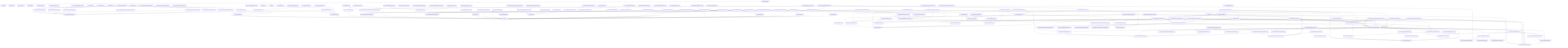
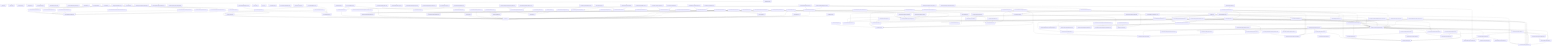
graph TD
  package__ankhorage_studio["@ankhorage/studio"]
  entrypoint_src_index_ts["src/index.ts"]
  package__ankhorage_studio --> entrypoint_src_index_ts
  module_knip_config_ts["knip.config.ts"]
  package__ankhorage_studio -.-> module_knip_config_ts
  module_paradox_config_ts["paradox.config.ts"]
  package__ankhorage_studio -.-> module_paradox_config_ts
  module_src_app_index_ts["src/app/index.ts"]
  package__ankhorage_studio -.-> module_src_app_index_ts
  module_src_app_StudioApp_tsx["src/app/StudioApp.tsx"]
  package__ankhorage_studio -.-> module_src_app_StudioApp_tsx
  module_src_app_StudioDashboard_tsx["src/app/StudioDashboard.tsx"]
  package__ankhorage_studio -.-> module_src_app_StudioDashboard_tsx
  module_src_app_StudioDashboard_tsx --> module_src_hooks_useProjects_ts
  module_src_app_StudioDashboard_tsx --> module_src_hooks_useTemplateSummaries_ts
  module_src_app_StudioDashboard_tsx --> module_src_modules_dashboard_platform_ts
  module_src_app_StudioDashboard_tsx --> module_src_modules_dashboard_search_ts
  module_src_app_StudioDashboard_tsx --> module_src_modules_dashboard_templates_ts
  module_src_app_StudioDashboard_tsx --> module_src_modules_dashboard_types_ts
  module_src_app_StudioDashboard_tsx --> module_src_modules_dashboard_ui_DashboardSectionHeader_tsx
  module_src_app_StudioDashboard_tsx --> module_src_modules_dashboard_ui_ProjectCard_tsx
  module_src_app_StudioDashboard_tsx --> module_src_modules_dashboard_ui_TemplateCard_tsx
  module_src_authFlowContract_test_ts["src/authFlowContract.test.ts"]
  package__ankhorage_studio -.-> module_src_authFlowContract_test_ts
  module_src_authSettings_test_ts["src/authSettings.test.ts"]
  package__ankhorage_studio -.-> module_src_authSettings_test_ts
  module_src_authSettings_test_ts --> module_src_authSettings_ts
  module_src_authSettings_ts["src/authSettings.ts"]
  package__ankhorage_studio -.-> module_src_authSettings_ts
  module_src_canvasDragModel_public_test_ts["src/canvasDragModel.public.test.ts"]
  package__ankhorage_studio -.-> module_src_canvasDragModel_public_test_ts
  module_src_canvasDragModel_public_test_ts --> module_src_canvasDragModel_ts
  module_src_canvasDragModel_public_test_ts --> module_src_canvasDropZones_ts
  module_src_canvasDragModel_test_ts["src/canvasDragModel.test.ts"]
  package__ankhorage_studio -.-> module_src_canvasDragModel_test_ts
  module_src_canvasDragModel_test_ts --> module_src_canvasDragModel_ts
  module_src_canvasDragModel_test_ts --> module_src_canvasDropZones_ts
  module_src_canvasDragModel_ts["src/canvasDragModel.ts"]
  package__ankhorage_studio -.-> module_src_canvasDragModel_ts
  module_src_canvasDragModel_ts --> module_src_canvasDropZones_ts
  module_src_canvasDragModel_ts --> module_src_index_ts
  module_src_canvasDropZones_test_ts["src/canvasDropZones.test.ts"]
  package__ankhorage_studio -.-> module_src_canvasDropZones_test_ts
  module_src_canvasDropZones_test_ts --> module_src_canvasDropZones_ts
  module_src_canvasDropZones_test_ts --> module_src_index_ts
  module_src_canvasDropZones_ts["src/canvasDropZones.ts"]
  package__ankhorage_studio -.-> module_src_canvasDropZones_ts
  module_src_canvasDropZones_ts --> module_src_index_ts
  module_src_cli_index_ts["src/cli/index.ts"]
  package__ankhorage_studio -.-> module_src_cli_index_ts
  module_src_cli_index_ts --> module_src_host_createStudioHost_ts
  module_src_cli_index_ts --> module_src_host_http_server_ts
  module_src_cli_index_ts --> module_src_host_templateRegistry_index_ts
  module_src_cli_index_ts --> module_src_host_utils_workspaceRoot_ts
  module_src_core_constants_ts["src/core/constants.ts"]
  package__ankhorage_studio -.-> module_src_core_constants_ts
  module_src_core_StudioContext_ts["src/core/StudioContext.ts"]
  package__ankhorage_studio -.-> module_src_core_StudioContext_ts
  module_src_core_StudioContext_ts --> module_src_index_ts
  module_src_core_studioPackageBoundary_ts["src/core/studioPackageBoundary.ts"]
  package__ankhorage_studio -.-> module_src_core_studioPackageBoundary_ts
  module_src_core_StudioProvider_ts["src/core/StudioProvider.ts"]
  package__ankhorage_studio -.-> module_src_core_StudioProvider_ts
  module_src_core_StudioProvider_ts --> module_src_core_StudioContext_ts
  module_src_core_StudioProvider_ts --> module_src_index_ts
  module_src_dnd_index_ts["src/dnd/index.ts"]
  package__ankhorage_studio -.-> module_src_dnd_index_ts
  module_src_dnd_primitives_ts["src/dnd/primitives.ts"]
  package__ankhorage_studio -.-> module_src_dnd_primitives_ts
  module_src_dnd_state_ts["src/dnd/state.ts"]
  package__ankhorage_studio -.-> module_src_dnd_state_ts
  module_src_hooks_useProjects_ts["src/hooks/useProjects.ts"]
  package__ankhorage_studio -.-> module_src_hooks_useProjects_ts
  module_src_hooks_useProjects_ts --> module_src_core_constants_ts
  module_src_hooks_useTemplateSummaries_ts["src/hooks/useTemplateSummaries.ts"]
  package__ankhorage_studio -.-> module_src_hooks_useTemplateSummaries_ts
  module_src_hooks_useTemplateSummaries_ts --> module_src_core_constants_ts
  module_src_hooks_useTemplateSummaries_ts --> module_src_modules_dashboard_types_ts
  module_src_host_auth_projectAuthHealthService_ts["src/host/auth/projectAuthHealthService.ts"]
  package__ankhorage_studio -.-> module_src_host_auth_projectAuthHealthService_ts
  module_src_host_auth_projectAuthHealthService_ts --> module_src_host_orchestrator_projectManager_ts
  module_src_host_auth_projectAuthHealthService_ts --> module_src_host_secrets_projectSecretService_ts
  module_src_host_auth_projectAuthHealthService_ts --> module_src_projectAuthHealth_ts
  module_src_host_auth_projectAuthService_test_ts["src/host/auth/projectAuthService.test.ts"]
  package__ankhorage_studio -.-> module_src_host_auth_projectAuthService_test_ts
  module_src_host_auth_projectAuthService_test_ts --> module_src_host_auth_projectAuthService_ts
  module_src_host_auth_projectAuthService_ts["src/host/auth/projectAuthService.ts"]
  package__ankhorage_studio -.-> module_src_host_auth_projectAuthService_ts
  module_src_host_auth_projectAuthService_ts --> module_src_authSettings_ts
  module_src_host_auth_projectAuthService_ts --> module_src_host_orchestrator_projectManager_ts
  module_src_host_createStudioHost_ts["src/host/createStudioHost.ts"]
  package__ankhorage_studio -.-> module_src_host_createStudioHost_ts
  module_src_host_createStudioHost_ts --> module_src_host_orchestrator_infraRuntime_ts
  module_src_host_createStudioHost_ts --> module_src_host_orchestrator_moduleManager_ts
  module_src_host_createStudioHost_ts --> module_src_host_orchestrator_projectManager_ts
  module_src_host_generatedAuthAdapterRuntime_smoke_test_ts["src/host/generatedAuthAdapterRuntime.smoke.test.ts"]
  package__ankhorage_studio -.-> module_src_host_generatedAuthAdapterRuntime_smoke_test_ts
  module_src_host_generatedAuthAdapterRuntime_smoke_test_ts --> module_src_host_orchestrator_moduleManager_ts
  module_src_host_generatedAuthAdapterRuntime_smoke_test_ts --> module_src_host_orchestrator_projectManager_ts
  module_src_host_generatedAuthAdapterRuntime_smoke_test_ts --> module_src_host_templateRegistry_index_ts
  module_src_host_hostLifecycle_smoke_test_ts["src/host/hostLifecycle.smoke.test.ts"]
  package__ankhorage_studio -.-> module_src_host_hostLifecycle_smoke_test_ts
  module_src_host_hostLifecycle_smoke_test_ts --> module_src_host_orchestrator_moduleManager_ts
  module_src_host_hostLifecycle_smoke_test_ts --> module_src_host_orchestrator_projectManager_ts
  module_src_host_hostLifecycle_smoke_test_ts --> module_src_host_templateRegistry_index_ts
  module_src_host_hostOwnership_test_ts["src/host/hostOwnership.test.ts"]
  package__ankhorage_studio -.-> module_src_host_hostOwnership_test_ts
  module_src_host_hostOwnership_test_ts --> module_src_host_http_security_ts
  module_src_host_hostOwnership_test_ts --> module_src_host_orchestrator_projectPaths_ts
  module_src_host_hostOwnership_test_ts --> module_src_host_utils_workspaceRoot_ts
  module_src_host_http_authRoutes_ts["src/host/http/authRoutes.ts"]
  package__ankhorage_studio -.-> module_src_host_http_authRoutes_ts
  module_src_host_http_authRoutes_ts --> module_src_host_auth_projectAuthHealthService_ts
  module_src_host_http_authRoutes_ts --> module_src_host_auth_projectAuthService_ts
  module_src_host_http_authRoutes_ts --> module_src_host_orchestrator_projectManager_ts
  module_src_host_http_authRoutes_ts --> module_src_host_secrets_projectSecretService_ts
  module_src_host_http_secretRoutes_ts["src/host/http/secretRoutes.ts"]
  package__ankhorage_studio -.-> module_src_host_http_secretRoutes_ts
  module_src_host_http_secretRoutes_ts --> module_src_host_orchestrator_projectManager_ts
  module_src_host_http_secretRoutes_ts --> module_src_host_secrets_projectSecretService_ts
  module_src_host_http_security_ts["src/host/http/security.ts"]
  package__ankhorage_studio -.-> module_src_host_http_security_ts
  module_src_host_http_server_ts["src/host/http/server.ts"]
  package__ankhorage_studio -.-> module_src_host_http_server_ts
  module_src_host_http_server_ts --> module_src_host_http_security_ts
  module_src_host_http_server_ts --> module_src_host_orchestrator_infraRuntime_ts
  module_src_host_http_server_ts --> module_src_host_orchestrator_moduleManager_ts
  module_src_host_http_server_ts --> module_src_host_orchestrator_projectManager_ts
  module_src_host_http_server_ts --> module_src_host_orchestrator_resolveMutations_ts
+   module_src_host_http_server_ts --> module_src_host_secrets_projectSecretService_ts
  module_src_host_http_server_ts --> module_src_host_templateRegistry_index_ts
  module_src_host_http_server_ts --> module_src_host_utils_trimOutput_ts
  module_src_host_http_server_ts --> module_src_host_utils_workspaceRoot_ts
  module_src_host_http_serverWithSecrets_ts["src/host/http/serverWithSecrets.ts"]
  package__ankhorage_studio -.-> module_src_host_http_serverWithSecrets_ts
  module_src_host_http_serverWithSecrets_ts --> module_src_host_http_authRoutes_ts
  module_src_host_http_serverWithSecrets_ts --> module_src_host_http_secretRoutes_ts
  module_src_host_http_serverWithSecrets_ts --> module_src_host_http_server_ts
  module_src_host_http_serverWithSecrets_ts --> module_src_host_orchestrator_moduleManager_ts
  module_src_host_http_serverWithSecrets_ts --> module_src_host_orchestrator_projectManager_ts
  module_src_host_http_serverWithSecrets_ts --> module_src_host_utils_workspaceRoot_ts
  module_src_host_http_standalone_ts["src/host/http/standalone.ts"]
  package__ankhorage_studio -.-> module_src_host_http_standalone_ts
  module_src_host_http_standalone_ts --> module_src_host_http_serverWithSecrets_ts
  module_src_host_index_ts["src/host/index.ts"]
  package__ankhorage_studio -.-> module_src_host_index_ts
  module_src_host_layout_auth_resolveAuthLayoutPlan_test_ts["src/host/layout/auth/resolveAuthLayoutPlan.test.ts"]
  package__ankhorage_studio -.-> module_src_host_layout_auth_resolveAuthLayoutPlan_test_ts
  module_src_host_layout_auth_resolveAuthLayoutPlan_test_ts --> module_src_host_layout_auth_resolveAuthLayoutPlan_ts
  module_src_host_layout_auth_resolveAuthLayoutPlan_ts["src/host/layout/auth/resolveAuthLayoutPlan.ts"]
  package__ankhorage_studio -.-> module_src_host_layout_auth_resolveAuthLayoutPlan_ts
  module_src_host_layout_layoutGenerator_test_ts["src/host/layout/layoutGenerator.test.ts"]
  package__ankhorage_studio -.-> module_src_host_layout_layoutGenerator_test_ts
  module_src_host_layout_layoutGenerator_test_ts --> module_src_host_layout_layoutGenerator_ts
  module_src_host_layout_layoutGenerator_ts["src/host/layout/layoutGenerator.ts"]
  package__ankhorage_studio -.-> module_src_host_layout_layoutGenerator_ts
  module_src_host_layout_layoutGenerator_ts --> module_src_host_layout_auth_resolveAuthLayoutPlan_ts
  module_src_host_layout_layoutGenerator_ts --> module_src_host_layout_templates_index_ts
  module_src_host_layout_layoutGenerator_ts --> module_src_host_modules_layout_ts
  module_src_host_layout_templates_auth_adapter_ts["src/host/layout/templates/auth/adapter.ts"]
  package__ankhorage_studio -.-> module_src_host_layout_templates_auth_adapter_ts
  module_src_host_layout_templates_auth_callback_ts["src/host/layout/templates/auth/callback.ts"]
  package__ankhorage_studio -.-> module_src_host_layout_templates_auth_callback_ts
  module_src_host_layout_templates_auth_callback_ts --> module_src_host_layout_templates_utils_routes_ts
  module_src_host_layout_templates_auth_callback_ts --> module_src_host_layout_utils_escapeStringLiteral_ts
  module_src_host_layout_templates_auth_oauth_ts["src/host/layout/templates/auth/oauth.ts"]
  package__ankhorage_studio -.-> module_src_host_layout_templates_auth_oauth_ts
  module_src_host_layout_templates_auth_oauth_ts --> module_src_host_layout_auth_resolveAuthLayoutPlan_ts
  module_src_host_layout_templates_auth_oauth_ts --> module_src_host_layout_utils_escapeStringLiteral_ts
  module_src_host_layout_templates_auth_screen_ts["src/host/layout/templates/auth/screen.ts"]
  package__ankhorage_studio -.-> module_src_host_layout_templates_auth_screen_ts
  module_src_host_layout_templates_auth_screen_ts --> module_src_host_layout_auth_resolveAuthLayoutPlan_ts
  module_src_host_layout_templates_auth_screen_ts --> module_src_host_layout_templates_utils_routes_ts
  module_src_host_layout_templates_auth_screen_ts --> module_src_host_layout_templates_utils_strings_ts
  module_src_host_layout_templates_auth_screen_ts --> module_src_host_layout_utils_escapeStringLiteral_ts
  module_src_host_layout_templates_auth_session_ts["src/host/layout/templates/auth/session.ts"]
  package__ankhorage_studio -.-> module_src_host_layout_templates_auth_session_ts
  module_src_host_layout_templates_auth_signOut_ts["src/host/layout/templates/auth/signOut.ts"]
  package__ankhorage_studio -.-> module_src_host_layout_templates_auth_signOut_ts
  module_src_host_layout_templates_index_ts["src/host/layout/templates/index.ts"]
  package__ankhorage_studio -.-> module_src_host_layout_templates_index_ts
  module_src_host_layout_templates_navigation_ts["src/host/layout/templates/navigation.ts"]
  package__ankhorage_studio -.-> module_src_host_layout_templates_navigation_ts
  module_src_host_layout_templates_navigation_ts --> module_src_host_layout_utils_escapeStringLiteral_ts
  module_src_host_layout_templates_nestedLayout_ts["src/host/layout/templates/nestedLayout.ts"]
  package__ankhorage_studio -.-> module_src_host_layout_templates_nestedLayout_ts
  module_src_host_layout_templates_nestedLayout_ts --> module_src_host_layout_templates_navigation_ts
  module_src_host_layout_templates_nestedLayout_ts --> module_src_host_layout_templates_utils_strings_ts
  module_src_host_layout_templates_redirect_ts["src/host/layout/templates/redirect.ts"]
  package__ankhorage_studio -.-> module_src_host_layout_templates_redirect_ts
  module_src_host_layout_templates_redirect_ts --> module_src_host_layout_utils_escapeStringLiteral_ts
  module_src_host_layout_templates_rootLayout_test_ts["src/host/layout/templates/rootLayout.test.ts"]
  package__ankhorage_studio -.-> module_src_host_layout_templates_rootLayout_test_ts
  module_src_host_layout_templates_rootLayout_test_ts --> module_src_host_layout_templates_rootLayout_ts
  module_src_host_layout_templates_rootLayout_ts["src/host/layout/templates/rootLayout.ts"]
  package__ankhorage_studio -.-> module_src_host_layout_templates_rootLayout_ts
  module_src_host_layout_templates_rootLayout_ts --> module_src_host_layout_templates_navigation_ts
  module_src_host_layout_templates_rootLayout_ts --> module_src_host_layout_templates_utils_routes_ts
  module_src_host_layout_templates_rootLayout_ts --> module_src_host_layout_utils_escapeStringLiteral_ts
  module_src_host_layout_templates_rootLayout_ts --> module_src_host_modules_layout_ts
  module_src_host_layout_templates_screen_ts["src/host/layout/templates/screen.ts"]
  package__ankhorage_studio -.-> module_src_host_layout_templates_screen_ts
  module_src_host_layout_templates_screen_ts --> module_src_host_layout_templates_utils_strings_ts
  module_src_host_layout_templates_screen_ts --> module_src_host_layout_utils_escapeStringLiteral_ts
  module_src_host_layout_templates_utils_routes_ts["src/host/layout/templates/utils/routes.ts"]
  package__ankhorage_studio -.-> module_src_host_layout_templates_utils_routes_ts
  module_src_host_layout_templates_utils_strings_ts["src/host/layout/templates/utils/strings.ts"]
  package__ankhorage_studio -.-> module_src_host_layout_templates_utils_strings_ts
  module_src_host_layout_utils_escapeStringLiteral_ts["src/host/layout/utils/escapeStringLiteral.ts"]
  package__ankhorage_studio -.-> module_src_host_layout_utils_escapeStringLiteral_ts
  module_src_host_manifestSystem_auth_index_ts["src/host/manifestSystem/auth/index.ts"]
  package__ankhorage_studio -.-> module_src_host_manifestSystem_auth_index_ts
  module_src_host_manifestSystem_auth_shared_global_auth_system_tpl_ts["src/host/manifestSystem/auth/shared/global.auth.system.tpl.ts"]
  package__ankhorage_studio -.-> module_src_host_manifestSystem_auth_shared_global_auth_system_tpl_ts
  module_src_host_manifestSystem_auth_shared_index_ts["src/host/manifestSystem/auth/shared/index.ts"]
  package__ankhorage_studio -.-> module_src_host_manifestSystem_auth_shared_index_ts
  module_src_host_manifestSystem_auth_shared_index_ts --> module_src_host_manifestSystem_auth_shared_global_auth_system_tpl_ts
  module_src_host_manifestSystem_auth_shared_index_ts --> module_src_host_manifestSystem_types_ts
  module_src_host_manifestSystem_index_ts["src/host/manifestSystem/index.ts"]
  package__ankhorage_studio -.-> module_src_host_manifestSystem_index_ts
  module_src_host_manifestSystem_index_ts --> module_src_host_manifestSystem_auth_index_ts
  module_src_host_manifestSystem_index_ts --> module_src_host_manifestSystem_types_ts
  module_src_host_manifestSystem_index_ts --> module_src_host_utils_requirementsInference_ts
  module_src_host_manifestSystem_types_ts["src/host/manifestSystem/types.ts"]
  package__ankhorage_studio -.-> module_src_host_manifestSystem_types_ts
  module_src_host_modules_catalog_ts["src/host/modules/catalog.ts"]
  package__ankhorage_studio -.-> module_src_host_modules_catalog_ts
  module_src_host_modules_catalog_ts --> module_src_host_modules_layout_ts
  module_src_host_modules_layout_ts["src/host/modules/layout.ts"]
  package__ankhorage_studio -.-> module_src_host_modules_layout_ts
  module_src_host_modules_runtime_LocalFsTargetAdapter_ts["src/host/modules/runtime/LocalFsTargetAdapter.ts"]
  package__ankhorage_studio -.-> module_src_host_modules_runtime_LocalFsTargetAdapter_ts
  module_src_host_oauthFixtureConsumer_smoke_test_ts["src/host/oauthFixtureConsumer.smoke.test.ts"]
  package__ankhorage_studio -.-> module_src_host_oauthFixtureConsumer_smoke_test_ts
  module_src_host_oauthFixtureConsumer_smoke_test_ts --> module_src_host_orchestrator_moduleManager_ts
  module_src_host_oauthFixtureConsumer_smoke_test_ts --> module_src_host_orchestrator_projectManager_ts
  module_src_host_oauthFixtureConsumer_smoke_test_ts --> module_src_host_templateRegistry_index_ts
  module_src_host_orchestrator_generatedAppFiles_ts["src/host/orchestrator/generatedAppFiles.ts"]
  package__ankhorage_studio -.-> module_src_host_orchestrator_generatedAppFiles_ts
  module_src_host_orchestrator_generatedAppFiles_ts --> module_src_host_zoraExtensions_index_ts
  module_src_host_orchestrator_generatedRouteCleanup_ts["src/host/orchestrator/generatedRouteCleanup.ts"]
  package__ankhorage_studio -.-> module_src_host_orchestrator_generatedRouteCleanup_ts
  module_src_host_orchestrator_infraGenerator_ts["src/host/orchestrator/infraGenerator.ts"]
  package__ankhorage_studio -.-> module_src_host_orchestrator_infraGenerator_ts
  module_src_host_orchestrator_infraGenerator_ts --> module_src_host_orchestrator_infraValidation_ts
  module_src_host_orchestrator_infraRuntime_test_ts["src/host/orchestrator/infraRuntime.test.ts"]
  package__ankhorage_studio -.-> module_src_host_orchestrator_infraRuntime_test_ts
  module_src_host_orchestrator_infraRuntime_test_ts --> module_src_host_orchestrator_infraRuntime_ts
  module_src_host_orchestrator_infraRuntime_ts["src/host/orchestrator/infraRuntime.ts"]
  package__ankhorage_studio -.-> module_src_host_orchestrator_infraRuntime_ts
  module_src_host_orchestrator_infraRuntime_ts --> module_src_host_orchestrator_projectPaths_ts
  module_src_host_orchestrator_infraValidation_ts["src/host/orchestrator/infraValidation.ts"]
  package__ankhorage_studio -.-> module_src_host_orchestrator_infraValidation_ts
  module_src_host_orchestrator_moduleManager_ts["src/host/orchestrator/moduleManager.ts"]
  package__ankhorage_studio -.-> module_src_host_orchestrator_moduleManager_ts
  module_src_host_orchestrator_moduleManager_ts --> module_src_host_modules_catalog_ts
  module_src_host_orchestrator_moduleManager_ts --> module_src_host_modules_runtime_LocalFsTargetAdapter_ts
  module_src_host_orchestrator_moduleManager_ts --> module_src_host_orchestrator_projectManager_ts
  module_src_host_orchestrator_moduleManager_ts --> module_src_host_orchestrator_resolveMutations_ts
  module_src_host_orchestrator_projectDeletion_test_ts["src/host/orchestrator/projectDeletion.test.ts"]
  package__ankhorage_studio -.-> module_src_host_orchestrator_projectDeletion_test_ts
  module_src_host_orchestrator_projectDeletion_test_ts --> module_src_host_orchestrator_projectDeletion_ts
  module_src_host_orchestrator_projectDeletion_ts["src/host/orchestrator/projectDeletion.ts"]
  package__ankhorage_studio -.-> module_src_host_orchestrator_projectDeletion_ts
  module_src_host_orchestrator_projectManager_ts["src/host/orchestrator/projectManager.ts"]
  package__ankhorage_studio -.-> module_src_host_orchestrator_projectManager_ts
  module_src_host_orchestrator_projectManager_ts --> module_src_host_layout_layoutGenerator_ts
  module_src_host_orchestrator_projectManager_ts --> module_src_host_manifestSystem_index_ts
  module_src_host_orchestrator_projectManager_ts --> module_src_host_modules_layout_ts
  module_src_host_orchestrator_projectManager_ts --> module_src_host_orchestrator_generatedRouteCleanup_ts
  module_src_host_orchestrator_projectManager_ts --> module_src_host_orchestrator_infraGenerator_ts
  module_src_host_orchestrator_projectManager_ts --> module_src_host_orchestrator_infraRuntime_ts
  module_src_host_orchestrator_projectManager_ts --> module_src_host_orchestrator_projectDeletion_ts
  module_src_host_orchestrator_projectManager_ts --> module_src_host_orchestrator_projectPaths_ts
  module_src_host_orchestrator_projectManager_ts --> module_src_host_orchestrator_projectStore_ts
  module_src_host_orchestrator_projectManager_ts --> module_src_host_orchestrator_resolveMutations_ts
  module_src_host_orchestrator_projectManager_ts --> module_src_host_orchestrator_scaffolder_ts
  module_src_host_orchestrator_projectManager_ts --> module_src_host_orchestrator_templates_ts
  module_src_host_orchestrator_projectManager_ts --> module_src_host_orchestrator_workspaceRuntime_ts
  module_src_host_orchestrator_projectManager_ts --> module_src_host_templateRegistry_index_ts
  module_src_host_orchestrator_projectManager_ts --> module_src_host_zoraExtensions_index_ts
  module_src_host_orchestrator_projectPaths_ts["src/host/orchestrator/projectPaths.ts"]
  package__ankhorage_studio -.-> module_src_host_orchestrator_projectPaths_ts
  module_src_host_orchestrator_projectStore_ts["src/host/orchestrator/projectStore.ts"]
  package__ankhorage_studio -.-> module_src_host_orchestrator_projectStore_ts
  module_src_host_orchestrator_projectStore_ts --> module_src_host_orchestrator_projectPaths_ts
  module_src_host_orchestrator_resolveMutations_ts["src/host/orchestrator/resolveMutations.ts"]
  package__ankhorage_studio -.-> module_src_host_orchestrator_resolveMutations_ts
  module_src_host_orchestrator_resolveMutations_ts --> module_src_host_modules_catalog_ts
  module_src_host_orchestrator_resolveMutations_ts --> module_src_host_modules_layout_ts
  module_src_host_orchestrator_scaffolder_ts["src/host/orchestrator/scaffolder.ts"]
  package__ankhorage_studio -.-> module_src_host_orchestrator_scaffolder_ts
  module_src_host_orchestrator_scaffolder_ts --> module_src_host_manifestSystem_index_ts
  module_src_host_orchestrator_scaffolder_ts --> module_src_host_orchestrator_generatedAppFiles_ts
  module_src_host_orchestrator_scaffolder_ts --> module_src_host_orchestrator_templates_ts
  module_src_host_orchestrator_scaffolder_ts --> module_src_host_templateRegistry_index_ts
  module_src_host_orchestrator_scaffolder_ts --> module_src_host_zoraExtensions_index_ts
  module_src_host_orchestrator_templates_test_ts["src/host/orchestrator/templates.test.ts"]
  package__ankhorage_studio -.-> module_src_host_orchestrator_templates_test_ts
  module_src_host_orchestrator_templates_test_ts --> module_src_host_orchestrator_templates_ts
  module_src_host_orchestrator_templates_ts["src/host/orchestrator/templates.ts"]
  package__ankhorage_studio -.-> module_src_host_orchestrator_templates_ts
  module_src_host_orchestrator_workspaceRuntime_ts["src/host/orchestrator/workspaceRuntime.ts"]
  package__ankhorage_studio -.-> module_src_host_orchestrator_workspaceRuntime_ts
  module_src_host_secrets_bunSupabaseVaultClient_ts["src/host/secrets/bunSupabaseVaultClient.ts"]
  package__ankhorage_studio -.-> module_src_host_secrets_bunSupabaseVaultClient_ts
  module_src_host_secrets_projectSecretService_test_ts["src/host/secrets/projectSecretService.test.ts"]
  package__ankhorage_studio -.-> module_src_host_secrets_projectSecretService_test_ts
  module_src_host_secrets_projectSecretService_test_ts --> module_src_host_secrets_projectSecretService_ts
  module_src_host_secrets_projectSecretService_ts["src/host/secrets/projectSecretService.ts"]
  package__ankhorage_studio -.-> module_src_host_secrets_projectSecretService_ts
  module_src_host_secrets_projectSecretService_ts --> module_src_host_orchestrator_projectManager_ts
  module_src_host_secrets_projectSecretService_ts --> module_src_host_orchestrator_projectPaths_ts
  module_src_host_secrets_projectSecretService_ts --> module_src_host_secrets_bunSupabaseVaultClient_ts
  module_src_host_secrets_projectSecretService_ts --> module_src_host_secrets_resolveProjectSecretDatabaseUrl_ts
  module_src_host_secrets_projectSecretService_ts --> module_src_projectSecretUsage_ts
  module_src_host_secrets_resolveProjectSecretDatabaseUrl_test_ts["src/host/secrets/resolveProjectSecretDatabaseUrl.test.ts"]
  package__ankhorage_studio -.-> module_src_host_secrets_resolveProjectSecretDatabaseUrl_test_ts
  module_src_host_secrets_resolveProjectSecretDatabaseUrl_test_ts --> module_src_host_secrets_resolveProjectSecretDatabaseUrl_ts
  module_src_host_secrets_resolveProjectSecretDatabaseUrl_ts["src/host/secrets/resolveProjectSecretDatabaseUrl.ts"]
  package__ankhorage_studio -.-> module_src_host_secrets_resolveProjectSecretDatabaseUrl_ts
  module_src_host_templateRegistry_index_ts["src/host/templateRegistry/index.ts"]
  package__ankhorage_studio -.-> module_src_host_templateRegistry_index_ts
  module_src_host_utils_requirementsInference_ts["src/host/utils/requirementsInference.ts"]
  package__ankhorage_studio -.-> module_src_host_utils_requirementsInference_ts
  module_src_host_utils_trimOutput_ts["src/host/utils/trimOutput.ts"]
  package__ankhorage_studio -.-> module_src_host_utils_trimOutput_ts
  module_src_host_utils_workspaceRoot_ts["src/host/utils/workspaceRoot.ts"]
  package__ankhorage_studio -.-> module_src_host_utils_workspaceRoot_ts
  module_src_host_zoraExtensions_index_ts["src/host/zoraExtensions/index.ts"]
  package__ankhorage_studio -.-> module_src_host_zoraExtensions_index_ts
  module_src_host_zoraExtensions_index_ts --> module_src_host_templateRegistry_index_ts
  module_src_index_test_ts["src/index.test.ts"]
  package__ankhorage_studio -.-> module_src_index_test_ts
  module_src_index_test_ts --> module_src_index_ts
  module_src_index_ts["src/index.ts"]
  module_src_insertModalModel_public_test_ts["src/insertModalModel.public.test.ts"]
  package__ankhorage_studio -.-> module_src_insertModalModel_public_test_ts
  module_src_insertModalModel_public_test_ts --> module_src_index_ts
  module_src_insertModalModel_public_test_ts --> module_src_insertModalModel_ts
  module_src_insertModalModel_test_ts["src/insertModalModel.test.ts"]
  package__ankhorage_studio -.-> module_src_insertModalModel_test_ts
  module_src_insertModalModel_test_ts --> module_src_index_ts
  module_src_insertModalModel_test_ts --> module_src_insertModalModel_ts
  module_src_insertModalModel_ts["src/insertModalModel.ts"]
  package__ankhorage_studio -.-> module_src_insertModalModel_ts
  module_src_insertModalModel_ts --> module_src_index_ts
  module_src_localizationConfig_public_test_ts["src/localizationConfig.public.test.ts"]
  package__ankhorage_studio -.-> module_src_localizationConfig_public_test_ts
  module_src_localizationConfig_public_test_ts --> module_src_localizationConfig_ts
  module_src_localizationConfig_test_ts["src/localizationConfig.test.ts"]
  package__ankhorage_studio -.-> module_src_localizationConfig_test_ts
  module_src_localizationConfig_test_ts --> module_src_localizationConfig_ts
  module_src_localizationConfig_ts["src/localizationConfig.ts"]
  package__ankhorage_studio -.-> module_src_localizationConfig_ts
  module_src_localizationPanelModel_test_ts["src/localizationPanelModel.test.ts"]
  package__ankhorage_studio -.-> module_src_localizationPanelModel_test_ts
  module_src_localizationPanelModel_test_ts --> module_src_localizationPanelModel_ts
  module_src_localizationPanelModel_ts["src/localizationPanelModel.ts"]
  package__ankhorage_studio -.-> module_src_localizationPanelModel_ts
  module_src_manifestNavigatorPreviewModel_public_test_ts["src/manifestNavigatorPreviewModel.public.test.ts"]
  package__ankhorage_studio -.-> module_src_manifestNavigatorPreviewModel_public_test_ts
  module_src_manifestNavigatorPreviewModel_public_test_ts --> module_src_manifestNavigatorPreviewModel_ts
  module_src_manifestNavigatorPreviewModel_test_ts["src/manifestNavigatorPreviewModel.test.ts"]
  package__ankhorage_studio -.-> module_src_manifestNavigatorPreviewModel_test_ts
  module_src_manifestNavigatorPreviewModel_test_ts --> module_src_manifestNavigatorPreviewModel_ts
  module_src_manifestNavigatorPreviewModel_ts["src/manifestNavigatorPreviewModel.ts"]
  package__ankhorage_studio -.-> module_src_manifestNavigatorPreviewModel_ts
  module_src_manifestNavigatorPreviewModel_ts --> module_src_routeUtils_ts
  module_src_manifestState_public_test_ts["src/manifestState.public.test.ts"]
  package__ankhorage_studio -.-> module_src_manifestState_public_test_ts
  module_src_manifestState_public_test_ts --> module_src_index_ts
  module_src_manifestState_public_test_ts --> module_src_manifestState_ts
  module_src_manifestState_routes_test_ts["src/manifestState.routes.test.ts"]
  package__ankhorage_studio -.-> module_src_manifestState_routes_test_ts
  module_src_manifestState_routes_test_ts --> module_src_index_ts
  module_src_manifestState_routes_test_ts --> module_src_manifestState_ts
  module_src_manifestState_test_ts["src/manifestState.test.ts"]
  package__ankhorage_studio -.-> module_src_manifestState_test_ts
  module_src_manifestState_test_ts --> module_src_index_ts
  module_src_manifestState_test_ts --> module_src_manifestState_ts
  module_src_manifestState_ts["src/manifestState.ts"]
  package__ankhorage_studio -.-> module_src_manifestState_ts
  module_src_manifestState_ts --> module_src_index_ts
  module_src_manifestSync_test_ts["src/manifestSync.test.ts"]
  package__ankhorage_studio -.-> module_src_manifestSync_test_ts
  module_src_manifestSync_test_ts --> module_src_index_ts
  module_src_manifestSync_test_ts --> module_src_manifestSync_ts
  module_src_manifestSync_ts["src/manifestSync.ts"]
  package__ankhorage_studio -.-> module_src_manifestSync_ts
  module_src_manifestSync_ts --> module_src_index_ts
  module_src_modules_dashboard_platform_ts["src/modules/dashboard/platform.ts"]
  package__ankhorage_studio -.-> module_src_modules_dashboard_platform_ts
  module_src_modules_dashboard_search_ts["src/modules/dashboard/search.ts"]
  package__ankhorage_studio -.-> module_src_modules_dashboard_search_ts
  module_src_modules_dashboard_search_ts --> module_src_modules_dashboard_types_ts
  module_src_modules_dashboard_templates_ts["src/modules/dashboard/templates.ts"]
  package__ankhorage_studio -.-> module_src_modules_dashboard_templates_ts
  module_src_modules_dashboard_templates_ts --> module_src_modules_dashboard_types_ts
  module_src_modules_dashboard_types_ts["src/modules/dashboard/types.ts"]
  package__ankhorage_studio -.-> module_src_modules_dashboard_types_ts
  module_src_modules_dashboard_ui_DashboardSectionHeader_tsx["src/modules/dashboard/ui/DashboardSectionHeader.tsx"]
  package__ankhorage_studio -.-> module_src_modules_dashboard_ui_DashboardSectionHeader_tsx
  module_src_modules_dashboard_ui_ProjectCard_tsx["src/modules/dashboard/ui/ProjectCard.tsx"]
  package__ankhorage_studio -.-> module_src_modules_dashboard_ui_ProjectCard_tsx
  module_src_modules_dashboard_ui_ProjectCard_tsx --> module_src_modules_dashboard_types_ts
  module_src_modules_dashboard_ui_TemplateCard_tsx["src/modules/dashboard/ui/TemplateCard.tsx"]
  package__ankhorage_studio -.-> module_src_modules_dashboard_ui_TemplateCard_tsx
  module_src_modules_dashboard_ui_TemplateCard_tsx --> module_src_modules_dashboard_types_ts
  module_src_projectAuthApi_test_ts["src/projectAuthApi.test.ts"]
  package__ankhorage_studio -.-> module_src_projectAuthApi_test_ts
  module_src_projectAuthApi_test_ts --> module_src_authSettings_ts
  module_src_projectAuthApi_test_ts --> module_src_projectAuthApi_ts
  module_src_projectAuthApi_ts["src/projectAuthApi.ts"]
  package__ankhorage_studio -.-> module_src_projectAuthApi_ts
  module_src_projectAuthApi_ts --> module_src_authSettings_ts
  module_src_projectAuthApi_ts --> module_src_projectAuthHealth_ts
  module_src_projectAuthApi_ts --> module_src_secretResponseGuard_ts
  module_src_projectAuthHealth_test_ts["src/projectAuthHealth.test.ts"]
  package__ankhorage_studio -.-> module_src_projectAuthHealth_test_ts
  module_src_projectAuthHealth_test_ts --> module_src_projectAuthHealth_ts
  module_src_projectAuthHealth_ts["src/projectAuthHealth.ts"]
  package__ankhorage_studio -.-> module_src_projectAuthHealth_ts
  module_src_projectAuthHealth_ts --> module_src_authSettings_ts
  module_src_projectSecretApi_test_ts["src/projectSecretApi.test.ts"]
  package__ankhorage_studio -.-> module_src_projectSecretApi_test_ts
  module_src_projectSecretApi_test_ts --> module_src_projectSecretApi_ts
  module_src_projectSecretApi_ts["src/projectSecretApi.ts"]
  package__ankhorage_studio -.-> module_src_projectSecretApi_ts
  module_src_projectSecretApi_ts --> module_src_projectSecretUsage_ts
  module_src_projectSecretApi_ts --> module_src_secretResponseGuard_ts
  module_src_projectSecretUsage_test_ts["src/projectSecretUsage.test.ts"]
  package__ankhorage_studio -.-> module_src_projectSecretUsage_test_ts
  module_src_projectSecretUsage_test_ts --> module_src_projectSecretUsage_ts
  module_src_projectSecretUsage_ts["src/projectSecretUsage.ts"]
  package__ankhorage_studio -.-> module_src_projectSecretUsage_ts
  module_src_root_test_ts["src/root.test.ts"]
  package__ankhorage_studio -.-> module_src_root_test_ts
  module_src_root_ts["src/root.ts"]
  package__ankhorage_studio -.-> module_src_root_ts
  module_src_routeUtils_public_test_ts["src/routeUtils.public.test.ts"]
  package__ankhorage_studio -.-> module_src_routeUtils_public_test_ts
  module_src_routeUtils_public_test_ts --> module_src_routeUtils_ts
  module_src_routeUtils_test_ts["src/routeUtils.test.ts"]
  package__ankhorage_studio -.-> module_src_routeUtils_test_ts
  module_src_routeUtils_test_ts --> module_src_routeUtils_ts
  module_src_routeUtils_ts["src/routeUtils.ts"]
  package__ankhorage_studio -.-> module_src_routeUtils_ts
  module_src_runtime_actionSuppression_ts["src/runtime/actionSuppression.ts"]
  package__ankhorage_studio -.-> module_src_runtime_actionSuppression_ts
  module_src_runtime_appExtensionRegistry_ts["src/runtime/appExtensionRegistry.ts"]
  package__ankhorage_studio -.-> module_src_runtime_appExtensionRegistry_ts
  module_src_runtime_index_ts["src/runtime/index.ts"]
  package__ankhorage_studio -.-> module_src_runtime_index_ts
  module_src_runtime_localizationPreview_ts["src/runtime/localizationPreview.ts"]
  package__ankhorage_studio -.-> module_src_runtime_localizationPreview_ts
  module_src_runtime_overlay_test_ts["src/runtime/overlay.test.ts"]
  package__ankhorage_studio -.-> module_src_runtime_overlay_test_ts
  module_src_runtime_previewRegistry_ts["src/runtime/previewRegistry.ts"]
  package__ankhorage_studio -.-> module_src_runtime_previewRegistry_ts
  module_src_runtime_previewRuntimeConfig_ts["src/runtime/previewRuntimeConfig.ts"]
  package__ankhorage_studio -.-> module_src_runtime_previewRuntimeConfig_ts
  module_src_runtime_previewRuntimeConfig_ts --> module_src_runtime_actionSuppression_ts
  module_src_runtime_previewRuntimeConfig_ts --> module_src_runtime_previewRegistry_ts
  module_src_runtime_registry_tsx["src/runtime/registry.tsx"]
  package__ankhorage_studio -.-> module_src_runtime_registry_tsx
  module_src_runtime_registry_tsx --> module_src_runtime_appExtensionRegistry_ts
  module_src_runtime_runtimeActions_ts["src/runtime/runtimeActions.ts"]
  package__ankhorage_studio -.-> module_src_runtime_runtimeActions_ts
  module_src_runtime_useRuntimeAction_ts["src/runtime/useRuntimeAction.ts"]
  package__ankhorage_studio -.-> module_src_runtime_useRuntimeAction_ts
  module_src_runtime_useRuntimeAction_ts --> module_src_runtime_runtimeActions_ts
  module_src_runtimeDiagnosticsModel_test_ts["src/runtimeDiagnosticsModel.test.ts"]
  package__ankhorage_studio -.-> module_src_runtimeDiagnosticsModel_test_ts
  module_src_runtimeDiagnosticsModel_test_ts --> module_src_runtimeDiagnosticsModel_ts
  module_src_runtimeDiagnosticsModel_ts["src/runtimeDiagnosticsModel.ts"]
  package__ankhorage_studio -.-> module_src_runtimeDiagnosticsModel_ts
  module_src_runtimeLocalization_public_test_ts["src/runtimeLocalization.public.test.ts"]
  package__ankhorage_studio -.-> module_src_runtimeLocalization_public_test_ts
  module_src_runtimeLocalization_public_test_ts --> module_src_runtimeLocalization_ts
  module_src_runtimeLocalization_test_ts["src/runtimeLocalization.test.ts"]
  package__ankhorage_studio -.-> module_src_runtimeLocalization_test_ts
  module_src_runtimeLocalization_test_ts --> module_src_runtimeLocalization_ts
  module_src_runtimeLocalization_ts["src/runtimeLocalization.ts"]
  package__ankhorage_studio -.-> module_src_runtimeLocalization_ts
  module_src_secretResponseGuard_test_ts["src/secretResponseGuard.test.ts"]
  package__ankhorage_studio -.-> module_src_secretResponseGuard_test_ts
  module_src_secretResponseGuard_test_ts --> module_src_secretResponseGuard_ts
  module_src_secretResponseGuard_ts["src/secretResponseGuard.ts"]
  package__ankhorage_studio -.-> module_src_secretResponseGuard_ts
  module_src_studioAdminRouteModel_test_ts["src/studioAdminRouteModel.test.ts"]
  package__ankhorage_studio -.-> module_src_studioAdminRouteModel_test_ts
  module_src_studioAdminRouteModel_test_ts --> module_src_studioAdminRouteModel_ts
  module_src_studioAdminRouteModel_ts["src/studioAdminRouteModel.ts"]
  package__ankhorage_studio -.-> module_src_studioAdminRouteModel_ts
  module_src_studioAdminRouteModel_ts --> module_src_index_ts
  module_src_studioSelectionModel_knip_test_ts["src/studioSelectionModel.knip.test.ts"]
  package__ankhorage_studio -.-> module_src_studioSelectionModel_knip_test_ts
  module_src_studioSelectionModel_knip_test_ts --> module_src_studioSelectionModel_ts
  module_src_studioSelectionModel_test_ts["src/studioSelectionModel.test.ts"]
  package__ankhorage_studio -.-> module_src_studioSelectionModel_test_ts
  module_src_studioSelectionModel_test_ts --> module_src_studioSelectionModel_ts
  module_src_studioSelectionModel_ts["src/studioSelectionModel.ts"]
  package__ankhorage_studio -.-> module_src_studioSelectionModel_ts
  module_src_ui_AnkhStudio_ts["src/ui/AnkhStudio.ts"]
  package__ankhorage_studio -.-> module_src_ui_AnkhStudio_ts
  module_src_ui_AnkhStudio_ts --> module_src_core_StudioContext_ts
  module_src_ui_StudioAdminOverlay_test_ts["src/ui/StudioAdminOverlay.test.ts"]
  package__ankhorage_studio -.-> module_src_ui_StudioAdminOverlay_test_ts
  module_src_ui_StudioAdminOverlay_tsx["src/ui/StudioAdminOverlay.tsx"]
  package__ankhorage_studio -.-> module_src_ui_StudioAdminOverlay_tsx
  module_src_ui_StudioAdminOverlay_tsx --> module_src_projectSecretApi_ts
  module_src_ui_StudioAdminOverlay_tsx --> module_src_projectSecretUsage_ts
  module_src_ui_StudioAuthSettingsOverlay_test_ts["src/ui/StudioAuthSettingsOverlay.test.ts"]
  package__ankhorage_studio -.-> module_src_ui_StudioAuthSettingsOverlay_test_ts
  module_src_ui_StudioAuthSettingsOverlay_tsx["src/ui/StudioAuthSettingsOverlay.tsx"]
  package__ankhorage_studio -.-> module_src_ui_StudioAuthSettingsOverlay_tsx
  module_src_ui_StudioAuthSettingsOverlay_tsx --> module_src_authSettings_ts
  module_src_ui_StudioAuthSettingsOverlay_tsx --> module_src_projectAuthApi_ts
  module_src_ui_StudioAuthSettingsOverlay_tsx --> module_src_projectAuthHealth_ts
  module_src_ui_StudioAuthSettingsOverlay_tsx --> module_src_projectSecretApi_ts
  module_src_ui_useStudioAppBarAugmentation_test_ts["src/ui/useStudioAppBarAugmentation.test.ts"]
  package__ankhorage_studio -.-> module_src_ui_useStudioAppBarAugmentation_test_ts
  module_src_ui_useStudioAppBarAugmentation_ts["src/ui/useStudioAppBarAugmentation.ts"]
  package__ankhorage_studio -.-> module_src_ui_useStudioAppBarAugmentation_ts
  module_src_ui_useStudioAppBarAugmentation_ts --> module_src_core_StudioContext_ts
  module_src_ui_useStudioAppBarAugmentation_ts --> module_src_studioAdminRouteModel_ts
  module_src_ui_useStudioAppBarAugmentation_ts --> module_src_ui_StudioAdminOverlay_tsx
  module_src_ui_useStudioAppBarAugmentation_ts --> module_src_ui_StudioAuthSettingsOverlay_tsx
  module_src_utils_treeUtils_ts["src/utils/treeUtils.ts"]
  package__ankhorage_studio -.-> module_src_utils_treeUtils_ts
  module_src_utils_treeUtils_ts --> module_src_index_ts
